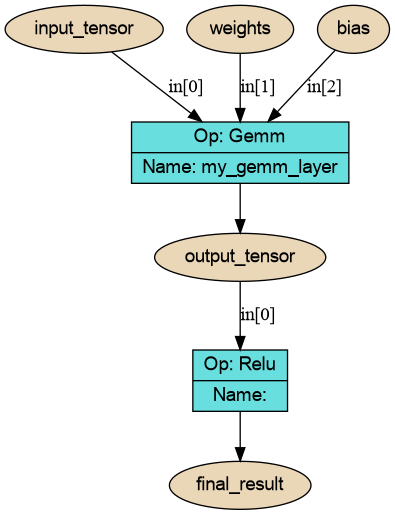
The Graphviz diagram graphviz/graph.png in aywert/TensorCompiler, before a commit. Its source is kept beside it as graphviz/graph.dot.
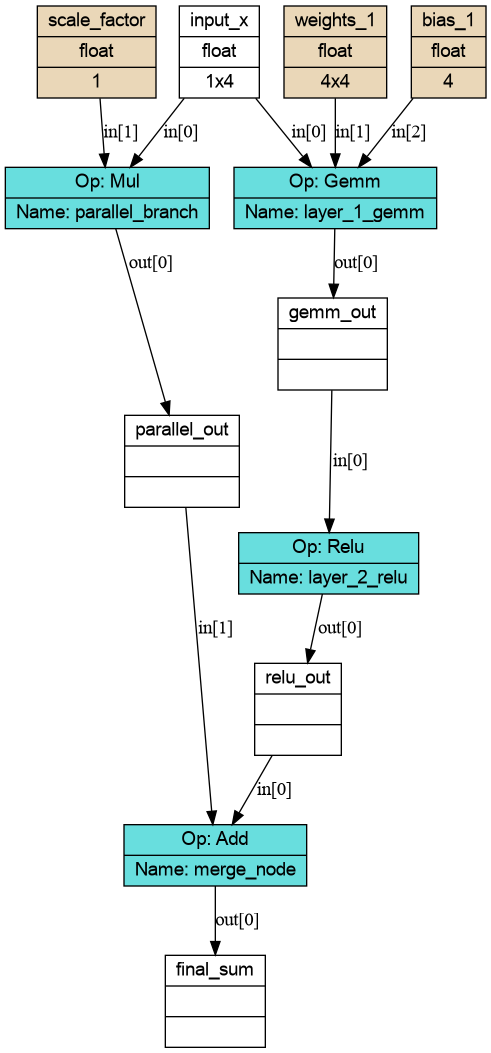
Later version of the same file.

Commit message:
bettered graphviz damp: tested on more or less pig model; works finne

The edit, as a diff of the source:
```diff
@@ -1,18 +1,28 @@
 digraph ONNX_Graph {
   rankdir=TB;
   node [shape=record, style=filled, fontname="Arial"];
-  node_0 [label="{ Op: Gemm | Name: my_gemm_layer}", fillcolor="#68dede"];
-  "input_tensor" -> node_0 [label="in[0]"];
-  "input_tensor" [shape=ellipse, fillcolor="#ead7b8"];
-  "weights" -> node_0 [label="in[1]"];
-  "weights" [shape=ellipse, fillcolor="#ead7b8"];
-  "bias" -> node_0 [label="in[2]"];
-  "bias" [shape=ellipse, fillcolor="#ead7b8"];
-  node_0 -> "output_tensor";
-  "output_tensor" [shape=ellipse, fillcolor="#ead7b8"];
-  node_1 [label="{ Op: Relu | Name: }", fillcolor="#68dede"];
-  "output_tensor" -> node_1 [label="in[0]"];
-  "output_tensor" [shape=ellipse, fillcolor="#ead7b8"];
-  node_1 -> "final_result";
-  "final_result" [shape=ellipse, fillcolor="#ead7b8"];
+  "bias_1" [shape=record, style=filled, fillcolor="#ead7b8", label="{ bias_1 | float | 4 }"];
+  "scale_factor" [shape=record, style=filled, fillcolor="#ead7b8", label="{ scale_factor | float | 1 }"];
+  "weights_1" [shape=record, style=filled, fillcolor="#ead7b8", label="{ weights_1 | float | 4x4 }"];
+  "final_sum" [shape=record, style=filled, fillcolor="#ffffff", label="{ final_sum |  |  }"];
+  "gemm_out" [shape=record, style=filled, fillcolor="#ffffff", label="{ gemm_out |  |  }"];
+  "input_x" [shape=record, style=filled, fillcolor="#ffffff", label="{ input_x | float | 1x4 }"];
+  "parallel_out" [shape=record, style=filled, fillcolor="#ffffff", label="{ parallel_out |  |  }"];
+  "relu_out" [shape=record, style=filled, fillcolor="#ffffff", label="{ relu_out |  |  }"];
+  node_0 [label="{ Op: Gemm | Name: layer_1_gemm}", fillcolor="#68dede"];
+  "input_x" -> node_0 [label="in[0]"];
+  "weights_1" -> node_0 [label="in[1]"];
+  "bias_1" -> node_0 [label="in[2]"];
+  node_0 -> "gemm_out" [label="out[0]"];
+  node_1 [label="{ Op: Relu | Name: layer_2_relu}", fillcolor="#68dede"];
+  "gemm_out" -> node_1 [label="in[0]"];
+  node_1 -> "relu_out" [label="out[0]"];
+  node_2 [label="{ Op: Mul | Name: parallel_branch}", fillcolor="#68dede"];
+  "input_x" -> node_2 [label="in[0]"];
+  "scale_factor" -> node_2 [label="in[1]"];
+  node_2 -> "parallel_out" [label="out[0]"];
+  node_3 [label="{ Op: Add | Name: merge_node}", fillcolor="#68dede"];
+  "relu_out" -> node_3 [label="in[0]"];
+  "parallel_out" -> node_3 [label="in[1]"];
+  node_3 -> "final_sum" [label="out[0]"];
 }
```
